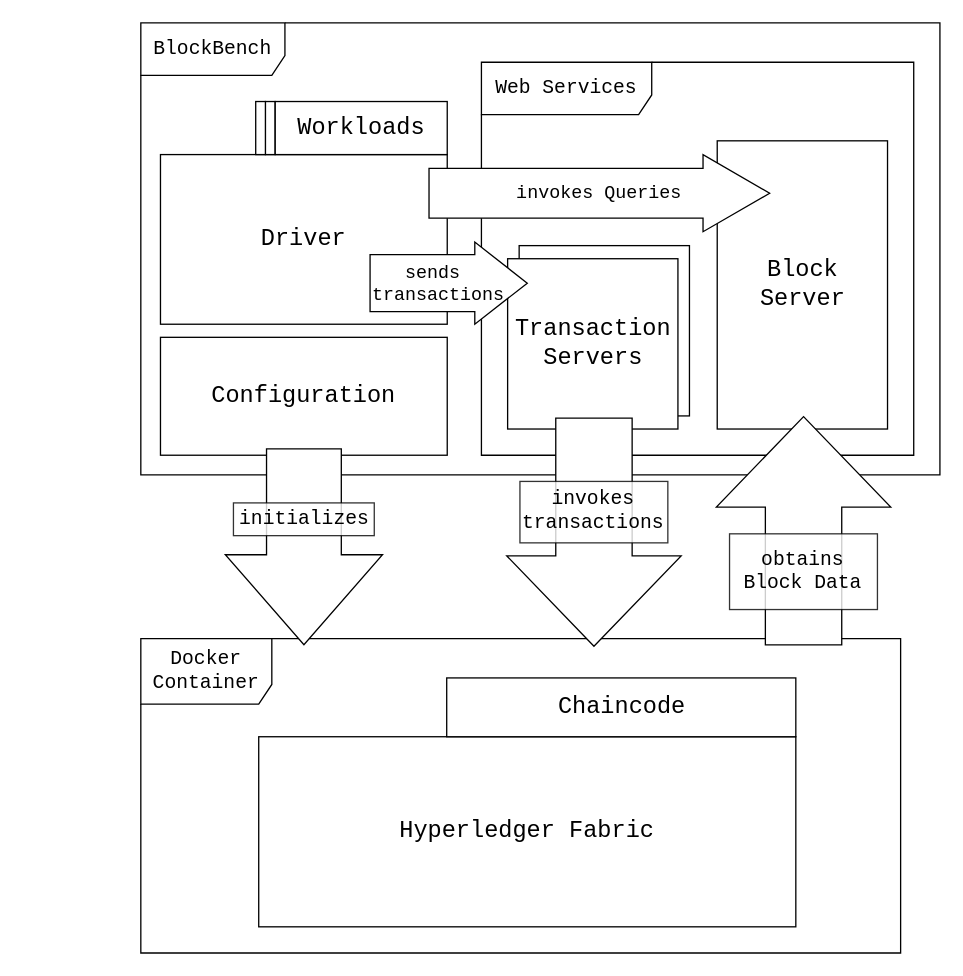
David-Sat/blockbench-setup keeps this draw.io diagram as diagrams/BlockbenchArchitectureDetailed.drawio. Above is the earlier version. Source tidied: cells renumbered, new cells numbered last; positions are measured from the earlier drawing's top-left corner, leaving out a move shared by most shapes. Both pictures are drawn from the tidied source at 131%, with x=0, y=0 at pixel (140, 22).
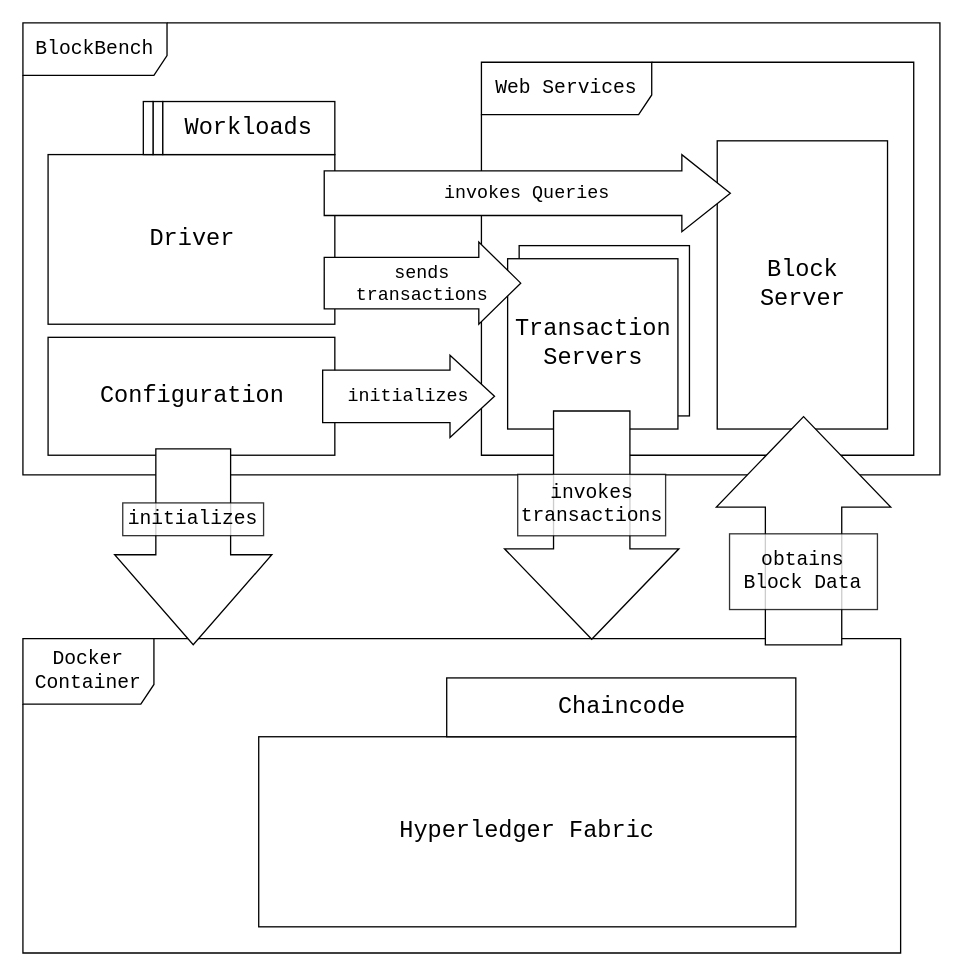
The same diagram, later.

Commit message:
added arrow from configuration

What changed in the source:
```diff
@@
     <mxCell id="3" value="BlockBench" style="shape=umlFrame;whiteSpace=wrap;html=1;width=110;height=40;strokeWidth=1;fontFamily=Courier New;fontSize=15;" parent="1" vertex="1">
-      <mxGeometry width="610" height="345" as="geometry" />
+      <mxGeometry x="-90" width="700" height="345" as="geometry" />
     </mxCell>
@@
     <mxCell id="5" value="Docker Container" style="shape=umlFrame;whiteSpace=wrap;html=1;width=100;height=50;strokeWidth=1;fontFamily=Courier New;fontSize=15;" parent="1" vertex="1">
-      <mxGeometry y="470" width="580" height="240" as="geometry" />
+      <mxGeometry x="-90" y="470" width="670" height="240" as="geometry" />
     </mxCell>
     <mxCell id="6" value="Configuration" style="html=1;strokeWidth=1;fontFamily=Courier New;fontSize=18;rounded=0;" parent="1" vertex="1">
-      <mxGeometry x="15" y="240" width="218.9" height="90" as="geometry" />
+      <mxGeometry x="-70.8" y="240" width="218.9" height="90" as="geometry" />
     </mxCell>
@@
-    <mxCell id="11" style="shape=singleArrow;whiteSpace=wrap;html=1;arrowWidth=0.47558333333333375;arrowSize=0.459228760795341;rotation=90;strokeWidth=1;fontFamily=Courier New;fontSize=18;" parent="1" vertex="1">
-      <mxGeometry x="49.8" y="339.9" width="149.4" height="120" as="geometry" />
-    </mxCell>
-    <mxCell id="12" value="initializes" style="rounded=0;whiteSpace=wrap;html=1;sketch=0;strokeWidth=1;gradientColor=none;fontFamily=Courier New;fontSize=15;opacity=80;" parent="1" vertex="1">
-      <mxGeometry x="70.7" y="366.4" width="107.5" height="25" as="geometry" />
-    </mxCell>
@@
     <mxCell id="14" style="group;" parent="1" vertex="1">
-      <mxGeometry x="281.7" y="285" width="151.2" height="195" as="geometry" />
+      <mxGeometry x="280" y="279.6" width="151.2" height="195" as="geometry" />
     </mxCell>
@@
     <mxCell id="21" style="group;" parent="1" vertex="1">
-      <mxGeometry x="15" y="70" width="270" height="166.4" as="geometry" />
+      <mxGeometry x="-70.8" y="70" width="270" height="166.4" as="geometry" />
     </mxCell>
@@
+    <mxCell id="29" value="&lt;div&gt;invokes Queries&lt;br&gt;&lt;/div&gt;" style="shape=singleArrow;whiteSpace=wrap;html=1;arrowWidth=0.5788936170212764;arrowSize=0.11935483870967742;strokeWidth=1;fontFamily=Courier New;fontSize=14;align=center;" parent="1" vertex="1">
+      <mxGeometry x="140" y="100.6" width="310" height="58.8" as="geometry" />
+    </mxCell>
+    <mxCell id="30" style="group;" parent="1" vertex="1">
+      <mxGeometry x="-20" y="325.2" width="120" height="149.4" as="geometry" />
+    </mxCell>
+    <mxCell id="11" style="shape=singleArrow;whiteSpace=wrap;html=1;arrowWidth=0.47558333333333375;arrowSize=0.459228760795341;rotation=90;strokeWidth=1;fontFamily=Courier New;fontSize=18;" parent="30" vertex="1">
+      <mxGeometry x="-14.7" y="14.7" width="149.4" height="120" as="geometry" />
+    </mxCell>
+    <mxCell id="12" value="initializes" style="rounded=0;whiteSpace=wrap;html=1;sketch=0;strokeWidth=1;gradientColor=none;fontFamily=Courier New;fontSize=15;opacity=80;" parent="30" vertex="1">
+      <mxGeometry x="6.2" y="41.2" width="107.5" height="25" as="geometry" />
+    </mxCell>
-    <mxCell id="28" value="&lt;div style=&quot;font-size: 14px&quot;&gt;&amp;nbsp;&amp;nbsp; sends &lt;br style=&quot;font-size: 14px&quot;&gt;&lt;/div&gt;&lt;div style=&quot;font-size: 14px&quot;&gt;transactions&lt;br style=&quot;font-size: 14px&quot;&gt;&lt;/div&gt;" style="shape=singleArrow;whiteSpace=wrap;html=1;arrowWidth=0.6929374416433254;arrowSize=0.3338235294117657;strokeWidth=1;fontFamily=Courier New;fontSize=14;align=left;" parent="21" vertex="1">
-      <mxGeometry x="160" y="97.3" width="120" height="62.7" as="geometry" />
+    <mxCell id="28" value="&lt;div style=&quot;font-size: 14px&quot; align=&quot;center&quot;&gt;sends transactions&lt;br style=&quot;font-size: 14px&quot;&gt;&lt;/div&gt;" style="shape=singleArrow;whiteSpace=wrap;html=1;arrowWidth=0.6275730014360954;arrowSize=0.21333333333333335;strokeWidth=1;fontFamily=Courier New;fontSize=14;align=center;" parent="1" vertex="1">
+      <mxGeometry x="140" y="167.3" width="150" height="62.7" as="geometry" />
     </mxCell>
-    <mxCell id="29" value="&lt;div&gt;invokes Queries&lt;br&gt;&lt;/div&gt;" style="shape=singleArrow;whiteSpace=wrap;html=1;arrowWidth=0.6469787234042542;arrowSize=0.19551282051282065;strokeWidth=1;fontFamily=Courier New;fontSize=14;align=center;" parent="1" vertex="1">
-      <mxGeometry x="220" y="100.6" width="260" height="58.8" as="geometry" />
-    </mxCell>
+    <mxCell id="31" value="initializes" style="shape=singleArrow;whiteSpace=wrap;html=1;arrowWidth=0.6384234881123361;arrowSize=0.25906735751295334;strokeWidth=1;fontFamily=Courier New;fontSize=14;align=center;" parent="1" vertex="1">
+      <mxGeometry x="138.8" y="253.7" width="131.2" height="62.7" as="geometry" />
+    </mxCell>
```
